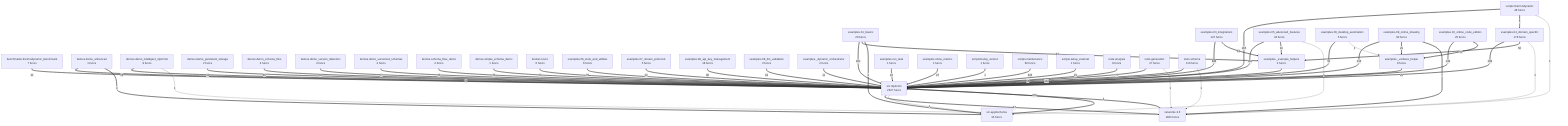
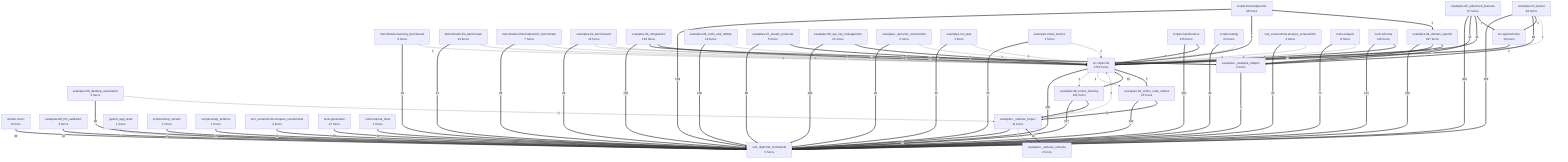
flowchart TD
+ %% generated in 0.06s
+     benchmarks__learning_benchmark["benchmarks.learning_benchmark<br/>6 funcs"]
+     benchmarks__llm_benchmark["benchmarks.llm_benchmark<br/>14 funcs"]
    benchmarks__thermodynamic_benchmark["benchmarks.thermodynamic_benchmark<br/>7 funcs"]
-     demos__demo_enhanced["demos.demo_enhanced<br/>1 funcs"]
-     demos__demo_intelligent_nlp2cmd["demos.demo_intelligent_nlp2cmd<br/>9 funcs"]
-     demos__demo_persistent_storage["demos.demo_persistent_storage<br/>2 funcs"]
-     demos__demo_schema_flow["demos.demo_schema_flow<br/>4 funcs"]
-     demos__demo_version_detection["demos.demo_version_detection<br/>4 funcs"]
-     demos__demo_versioned_schemas["demos.demo_versioned_schemas<br/>4 funcs"]
-     demos__schema_flow_demo["demos.schema_flow_demo<br/>4 funcs"]
-     demos__simple_schema_demo["demos.simple_schema_demo<br/>1 funcs"]
    docker__novnc["docker.novnc<br/>6 funcs"]
-     examples__01_basics["examples.01_basics<br/>28 funcs"]
-     examples__03_integrations["examples.03_integrations<br/>147 funcs"]
-     examples__04_domain_specific["examples.04_domain_specific<br/>178 funcs"]
-     examples__05_advanced_features["examples.05_advanced_features<br/>34 funcs"]
+     examples__01_basics["examples.01_basics<br/>46 funcs"]
+     examples__02_benchmarks["examples.02_benchmarks<br/>12 funcs"]
+     examples__03_integrations["examples.03_integrations<br/>162 funcs"]
+     examples__04_domain_specific["examples.04_domain_specific<br/>197 funcs"]
+     examples__05_advanced_features["examples.05_advanced_features<br/>67 funcs"]
    examples__06_desktop_automation["examples.06_desktop_automation<br/>5 funcs"]
-     examples__06_tools_and_utilities["examples.06_tools_and_utilities<br/>6 funcs"]
+     examples__06_tools_and_utilities["examples.06_tools_and_utilities<br/>10 funcs"]
    examples__07_stream_protocols["examples.07_stream_protocols<br/>5 funcs"]
-     examples__08_api_key_management["examples.08_api_key_management<br/>18 funcs"]
+     examples__08_api_key_management["examples.08_api_key_management<br/>21 funcs"]
    examples__08_llm_validation["examples.08_llm_validation<br/>3 funcs"]
-     examples__09_online_drawing["examples.09_online_drawing<br/>90 funcs"]
+     examples__09_online_drawing["examples.09_online_drawing<br/>101 funcs"]
    examples__10_online_code_editors["examples.10_online_code_editors<br/>25 funcs"]
    examples___dynamic_orchestrator["examples._dynamic_orchestrator<br/>2 funcs"]
    examples___example_helpers["examples._example_helpers<br/>2 funcs"]
-     examples___verbose_helper["examples._verbose_helper<br/>9 funcs"]
+     examples___verbose_helper["examples._verbose_helper<br/>11 funcs"]
+     examples___verbose_schema["examples._verbose_schema<br/>2 funcs"]
    examples__run_task["examples.run_task<br/>1 funcs"]
    examples__show_metrics["examples.show_metrics<br/>1 funcs"]
-     networkx_3__6["networkx-3.6<br/>1833 funcs"]
+     jspaint_app_test4["jspaint_app_test4<br/>1 funcs"]
    scripts__bump_version["scripts.bump_version<br/>1 funcs"]
-     scripts__maintenance["scripts.maintenance<br/>82 funcs"]
+     scripts__maintenance["scripts.maintenance<br/>115 funcs"]
    scripts__setup_external["scripts.setup_external<br/>1 funcs"]
+     scripts__testing["scripts.testing<br/>23 funcs"]
    scripts__thermodynamic["scripts.thermodynamic<br/>48 funcs"]
    src__app2schema["src.app2schema<br/>16 funcs"]
-     src__nlp2cmd["src.nlp2cmd<br/>2627 funcs"]
+     src__nlp2cmd["src.nlp2cmd<br/>2752 funcs"]
+     test_nlp2cmd_commands["test_nlp2cmd_commands<br/>5 funcs"]
+     test_screenshots__analyze_screenshots["test_screenshots.analyze_screenshots<br/>4 funcs"]
+     test_screenshots__compare_screenshots["test_screenshots.compare_screenshots<br/>4 funcs"]
    tools__analysis["tools.analysis<br/>8 funcs"]
    tools__generation["tools.generation<br/>27 funcs"]
+     tools__manual_tests["tools.manual_tests<br/>1 funcs"]
    tools__schema["tools.schema<br/>116 funcs"]
-     networkx_3__6 ==>|879| src__nlp2cmd
-     examples__03_integrations ==>|848| src__nlp2cmd
-     examples__04_domain_specific ==>|684| src__nlp2cmd
-     scripts__maintenance ==>|424| src__nlp2cmd
-     examples__09_online_drawing ==>|416| src__nlp2cmd
-     examples__01_basics ==>|292| src__nlp2cmd
-     scripts__thermodynamic ==>|165| src__nlp2cmd
-     examples__05_advanced_features ==>|161| src__nlp2cmd
-     examples__10_online_code_editors ==>|144| src__nlp2cmd
-     tools__schema ==>|132| src__nlp2cmd
-     examples__07_stream_protocols ==>|96| src__nlp2cmd
-     examples__08_api_key_management ==>|90| src__nlp2cmd
-     examples__01_basics ==>|83| examples___example_helpers
-     examples__06_tools_and_utilities ==>|79| src__nlp2cmd
-     tools__analysis ==>|77| src__nlp2cmd
+     examples__04_domain_specific ==>|795| test_nlp2cmd_commands
+     examples__03_integrations ==>|793| test_nlp2cmd_commands
+     scripts__maintenance ==>|593| test_nlp2cmd_commands
+     examples__05_advanced_features ==>|458| test_nlp2cmd_commands
+     examples__09_online_drawing ==>|377| test_nlp2cmd_commands
+     src__nlp2cmd ==>|355| test_nlp2cmd_commands
+     examples__01_basics ==>|266| test_nlp2cmd_commands
+     scripts__thermodynamic ==>|159| test_nlp2cmd_commands
+     examples__10_online_code_editors ==>|139| test_nlp2cmd_commands
+     examples__06_tools_and_utilities ==>|136| test_nlp2cmd_commands
+     tools__schema ==>|127| test_nlp2cmd_commands
+     examples__08_api_key_management ==>|104| test_nlp2cmd_commands
+     examples__07_stream_protocols ==>|90| test_nlp2cmd_commands
+     tools__analysis ==>|74| test_nlp2cmd_commands
    examples__10_online_code_editors ==>|72| examples___verbose_helper
-     src__nlp2cmd ==>|67| networkx_3__6
-     demos__demo_schema_flow ==>|65| src__nlp2cmd
-     demos__demo_version_detection ==>|65| src__nlp2cmd
-     demos__demo_versioned_schemas ==>|57| src__nlp2cmd
-     tools__generation ==>|56| src__nlp2cmd
-     demos__schema_flow_demo ==>|55| src__nlp2cmd
+     examples__02_benchmarks ==>|69| test_nlp2cmd_commands
+     examples__01_basics ==>|69| examples___example_helpers
+     tools__generation ==>|56| test_nlp2cmd_commands
    examples__04_domain_specific ==>|50| examples___example_helpers
-     examples__06_desktop_automation ==>|50| src__nlp2cmd
-     examples__03_integrations ==>|49| examples___example_helpers
-     benchmarks__thermodynamic_benchmark ==>|41| src__nlp2cmd
-     demos__demo_persistent_storage ==>|34| src__nlp2cmd
-     demos__simple_schema_demo ==>|33| src__nlp2cmd
-     docker__novnc ==>|30| src__nlp2cmd
-     examples__show_metrics ==>|27| src__nlp2cmd
-     demos__demo_enhanced ==>|26| src__nlp2cmd
-     demos__demo_intelligent_nlp2cmd ==>|26| src__nlp2cmd
-     examples___verbose_helper ==>|25| src__nlp2cmd
-     examples__08_llm_validation ==>|24| src__nlp2cmd
+     examples__03_integrations ==>|48| examples___example_helpers
+     examples__06_desktop_automation ==>|48| test_nlp2cmd_commands
+     test_screenshots__analyze_screenshots ==>|39| test_nlp2cmd_commands
+     benchmarks__thermodynamic_benchmark ==>|38| test_nlp2cmd_commands
+     docker__novnc ==>|30| test_nlp2cmd_commands
+     scripts__testing ==>|29| test_nlp2cmd_commands
+     examples__show_metrics ==>|26| test_nlp2cmd_commands
+     examples___verbose_helper ==>|25| test_nlp2cmd_commands
+     examples__08_llm_validation ==>|24| test_nlp2cmd_commands
    examples__09_online_drawing ==>|21| examples___verbose_helper
-     examples__run_task ==>|16| src__nlp2cmd
-     scripts__setup_external ==>|15| src__nlp2cmd
-     examples___dynamic_orchestrator ==>|11| src__nlp2cmd
+     benchmarks__llm_benchmark ==>|21| test_nlp2cmd_commands
+     test_screenshots__compare_screenshots ==>|21| test_nlp2cmd_commands
+     benchmarks__learning_benchmark ==>|18| test_nlp2cmd_commands
+     examples__run_task ==>|15| test_nlp2cmd_commands
+     examples__09_online_drawing ==>|15| src__nlp2cmd
+     scripts__setup_external ==>|15| test_nlp2cmd_commands
+     examples__03_integrations ==>|11| src__nlp2cmd
+     examples__04_domain_specific ==>|11| src__nlp2cmd
+     tools__manual_tests ==>|11| test_nlp2cmd_commands
+     examples___verbose_schema ==>|10| examples___verbose_helper
+     examples___dynamic_orchestrator ==>|10| test_nlp2cmd_commands
    examples__05_advanced_features ==>|10| examples___example_helpers
-     examples__09_online_drawing ==>|7| networkx_3__6
+     examples__05_advanced_features ==>|10| src__nlp2cmd
+     examples__08_api_key_management ==>|9| src__nlp2cmd
+     examples__05_advanced_features ==>|7| src__app2schema
+     examples__07_stream_protocols ==>|6| src__nlp2cmd
+     scripts__thermodynamic ==>|6| src__nlp2cmd
+     examples__01_basics ==>|5| src__app2schema
+     examples__10_online_code_editors ==>|5| src__nlp2cmd
+     tools__schema ==>|5| src__nlp2cmd
    scripts__thermodynamic ==>|5| examples__04_domain_specific
-     examples__01_basics ==>|5| src__app2schema
-     examples___example_helpers ==>|4| src__nlp2cmd
-     scripts__bump_version ==>|4| src__nlp2cmd
-     demos__demo_enhanced ==>|4| src__app2schema
+     scripts__maintenance ==>|5| src__nlp2cmd
+     examples___example_helpers ==>|4| test_nlp2cmd_commands
    src__app2schema ==>|4| src__nlp2cmd
-     examples__04_domain_specific -->|3| networkx_3__6
+     scripts__bump_version ==>|4| test_nlp2cmd_commands
    examples__06_desktop_automation -->|3| examples___verbose_helper
-     examples__05_advanced_features -->|3| src__app2schema
-     demos__demo_intelligent_nlp2cmd -->|1| networkx_3__6
-     scripts__thermodynamic -->|1| networkx_3__6
-     tools__schema -->|1| networkx_3__6
-     tools__generation -->|1| networkx_3__6
-     src__nlp2cmd -->|1| src__app2schema
+     benchmarks__llm_benchmark -->|3| src__nlp2cmd
+     benchmarks__thermodynamic_benchmark -->|3| src__nlp2cmd
+     tools__analysis -->|3| src__nlp2cmd
+     jspaint_app_test4 -->|2| test_nlp2cmd_commands
+     examples___verbose_helper -->|2| src__nlp2cmd
+     examples__02_benchmarks -->|2| examples___example_helpers
+     benchmarks__learning_benchmark -->|2| src__nlp2cmd
+     scripts__testing -->|2| src__nlp2cmd
+     test_screenshots__analyze_screenshots -->|2| src__nlp2cmd
+     examples__show_metrics -->|1| src__nlp2cmd
+     examples___dynamic_orchestrator -->|1| src__nlp2cmd
+     examples___verbose_helper -->|1| examples___verbose_schema
+     examples__run_task -->|1| src__nlp2cmd
+     examples__06_tools_and_utilities -->|1| src__nlp2cmd
+     examples__02_benchmarks -->|1| src__nlp2cmd
+     examples__01_basics -->|1| src__nlp2cmd
+     src__nlp2cmd -->|1| examples__09_online_drawing
+     src__nlp2cmd -->|1| examples__10_online_code_editors
